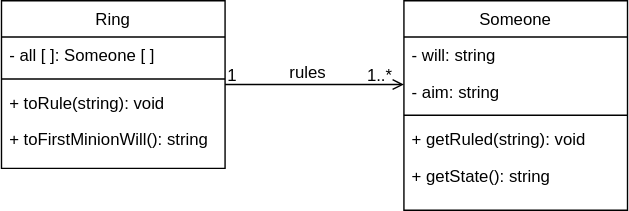
The draw.io diagram docs/img/oop_3lab.svg in Ol333/hate-arising-labs, before a commit. Source tidied: cells renumbered, new cells last; positions are measured from the earlier drawing's top-left corner, leaving out a move shared by most shapes. The source it was exported from:
```xml
<mxGraphModel>
  <root>
    <mxCell id="0" />
    <mxCell id="1" parent="0" />
    <mxCell id="2" value="Ring" style="swimlane;fontStyle=0;align=center;verticalAlign=top;horizontal=1;startSize=26;rounded=0;shadow=0;strokeWidth=1;" parent="1" vertex="1">
      <mxGeometry width="160" height="120" as="geometry" />
    </mxCell>
    <mxCell id="3" value="- all [ ]: Someone [ ]" style="text;align=left;verticalAlign=top;spacingLeft=4;spacingRight=4;overflow=hidden;rounded=0;shadow=0;html=0;" parent="2" vertex="1">
      <mxGeometry y="26" width="160" height="26" as="geometry" />
    </mxCell>
    <mxCell id="4" style="line;html=1;strokeWidth=1;align=left;verticalAlign=middle;spacingTop=-1;spacingLeft=3;spacingRight=3;labelPosition=right;" parent="2" vertex="1">
      <mxGeometry y="52" width="160" height="8" as="geometry" />
    </mxCell>
    <mxCell id="5" value="+ toRule(string): void" style="text;align=left;verticalAlign=top;spacingLeft=4;spacingRight=4;overflow=hidden;" parent="2" vertex="1">
      <mxGeometry y="60" width="160" height="26" as="geometry" />
    </mxCell>
    <mxCell id="6" value="+ toFirstMinionWill(): string" style="text;align=left;verticalAlign=top;spacingLeft=4;spacingRight=4;overflow=hidden;" parent="2" vertex="1">
      <mxGeometry y="86" width="160" height="26" as="geometry" />
    </mxCell>
    <mxCell id="7" value="Someone" style="swimlane;fontStyle=0;align=center;verticalAlign=top;horizontal=1;startSize=26;rounded=0;shadow=0;strokeWidth=1;" parent="1" vertex="1">
      <mxGeometry x="288" width="160" height="150" as="geometry" />
    </mxCell>
    <mxCell id="8" value="- will: string" style="text;align=left;verticalAlign=top;spacingLeft=4;spacingRight=4;overflow=hidden;" parent="7" vertex="1">
      <mxGeometry y="26" width="160" height="26" as="geometry" />
    </mxCell>
    <mxCell id="9" value="- aim: string" style="text;align=left;verticalAlign=top;spacingLeft=4;spacingRight=4;overflow=hidden;rounded=0;shadow=0;html=0;" parent="7" vertex="1">
      <mxGeometry y="52" width="160" height="26" as="geometry" />
    </mxCell>
    <mxCell id="10" style="line;html=1;strokeWidth=1;align=left;verticalAlign=middle;spacingTop=-1;spacingLeft=3;spacingRight=3;labelPosition=right;" parent="7" vertex="1">
      <mxGeometry y="78" width="160" height="8" as="geometry" />
    </mxCell>
    <mxCell id="11" value="+ getRuled(string): void" style="text;align=left;verticalAlign=top;spacingLeft=4;spacingRight=4;overflow=hidden;" parent="7" vertex="1">
      <mxGeometry y="86" width="160" height="26" as="geometry" />
    </mxCell>
    <mxCell id="12" value="+ getState(): string" style="text;align=left;verticalAlign=top;spacingLeft=4;spacingRight=4;overflow=hidden;" parent="7" vertex="1">
      <mxGeometry y="112" width="160" height="26" as="geometry" />
    </mxCell>
    <mxCell id="13" style="endArrow=open;shadow=0;strokeWidth=1;rounded=0;endFill=1;edgeStyle=elbowEdgeStyle;elbow=vertical;" parent="1" edge="1" source="2" target="7">
      <mxGeometry x="0.5" y="41" relative="1" as="geometry">
        <mxPoint x="-40" y="32" as="offset" />
      </mxGeometry>
    </mxCell>
    <mxCell id="14" value="1" style="align=left;verticalAlign=bottom;labelBackgroundColor=none;fontSize=12;" parent="13" vertex="1">
      <mxGeometry x="-1" relative="1" as="geometry">
        <mxPoint y="2" as="offset" />
      </mxGeometry>
    </mxCell>
    <mxCell id="15" value="1..*" style="align=right;verticalAlign=bottom;labelBackgroundColor=none;fontSize=12;" parent="13" vertex="1">
      <mxGeometry x="1" relative="1" as="geometry">
        <mxPoint x="-7" y="2" as="offset" />
      </mxGeometry>
    </mxCell>
    <mxCell id="16" value="rules" style="text;html=1;align=center;verticalAlign=middle;labelBackgroundColor=none;rounded=0;shadow=0;strokeWidth=1;fontSize=12;" parent="13" vertex="1">
      <mxGeometry x="0.5" y="49" relative="1" as="geometry">
        <mxPoint x="-38" y="40" as="offset" />
      </mxGeometry>
    </mxCell>
  </root>
</mxGraphModel>
```
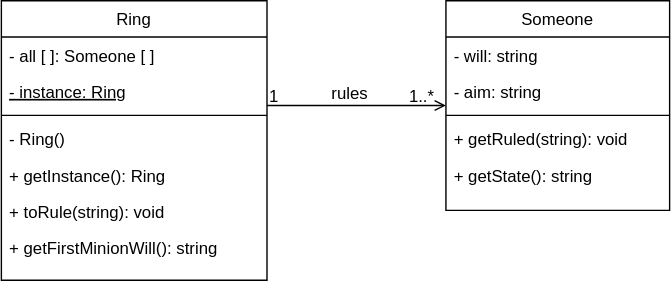
Later version of the same file.

Change to the diagram source:
```diff
@@ -3,19 +3,28 @@
     <mxCell id="0" />
     <mxCell id="1" parent="0" />
     <mxCell id="2" value="Ring" style="swimlane;fontStyle=0;align=center;verticalAlign=top;horizontal=1;startSize=26;rounded=0;shadow=0;strokeWidth=1;" parent="1" vertex="1">
-      <mxGeometry width="160" height="120" as="geometry" />
+      <mxGeometry x="-30" width="190" height="200" as="geometry" />
     </mxCell>
     <mxCell id="3" value="- all [ ]: Someone [ ]" style="text;align=left;verticalAlign=top;spacingLeft=4;spacingRight=4;overflow=hidden;rounded=0;shadow=0;html=0;" parent="2" vertex="1">
-      <mxGeometry y="26" width="160" height="26" as="geometry" />
+      <mxGeometry y="26" width="190" height="26" as="geometry" />
     </mxCell>
+    <mxCell id="17" value="- instance: Ring" style="text;align=left;verticalAlign=top;spacingLeft=4;spacingRight=4;overflow=hidden;rounded=0;shadow=0;html=0;fontStyle=4;" parent="2" vertex="1">
+      <mxGeometry y="52" width="190" height="26" as="geometry" />
+    </mxCell>
     <mxCell id="4" style="line;html=1;strokeWidth=1;align=left;verticalAlign=middle;spacingTop=-1;spacingLeft=3;spacingRight=3;labelPosition=right;" parent="2" vertex="1">
-      <mxGeometry y="52" width="160" height="8" as="geometry" />
+      <mxGeometry y="78" width="190" height="8" as="geometry" />
     </mxCell>
+    <mxCell id="18" value="- Ring()" style="text;align=left;verticalAlign=top;spacingLeft=4;spacingRight=4;overflow=hidden;rounded=0;shadow=0;html=0;" parent="2" vertex="1">
+      <mxGeometry y="86" width="190" height="26" as="geometry" />
+    </mxCell>
+    <mxCell id="19" value="+ getInstance(): Ring" style="text;align=left;verticalAlign=top;spacingLeft=4;spacingRight=4;overflow=hidden;rounded=0;shadow=0;html=0;" parent="2" vertex="1">
+      <mxGeometry y="112" width="190" height="26" as="geometry" />
+    </mxCell>
     <mxCell id="5" value="+ toRule(string): void" style="text;align=left;verticalAlign=top;spacingLeft=4;spacingRight=4;overflow=hidden;" parent="2" vertex="1">
-      <mxGeometry y="60" width="160" height="26" as="geometry" />
+      <mxGeometry y="138" width="190" height="26" as="geometry" />
     </mxCell>
-    <mxCell id="6" value="+ toFirstMinionWill(): string" style="text;align=left;verticalAlign=top;spacingLeft=4;spacingRight=4;overflow=hidden;" parent="2" vertex="1">
-      <mxGeometry y="86" width="160" height="26" as="geometry" />
+    <mxCell id="6" value="+ getFirstMinionWill(): string" style="text;align=left;verticalAlign=top;spacingLeft=4;spacingRight=4;overflow=hidden;" parent="2" vertex="1">
+      <mxGeometry y="164" width="190" height="26" as="geometry" />
     </mxCell>
     <mxCell id="7" value="Someone" style="swimlane;fontStyle=0;align=center;verticalAlign=top;horizontal=1;startSize=26;rounded=0;shadow=0;strokeWidth=1;" parent="1" vertex="1">
       <mxGeometry x="288" width="160" height="150" as="geometry" />
```
